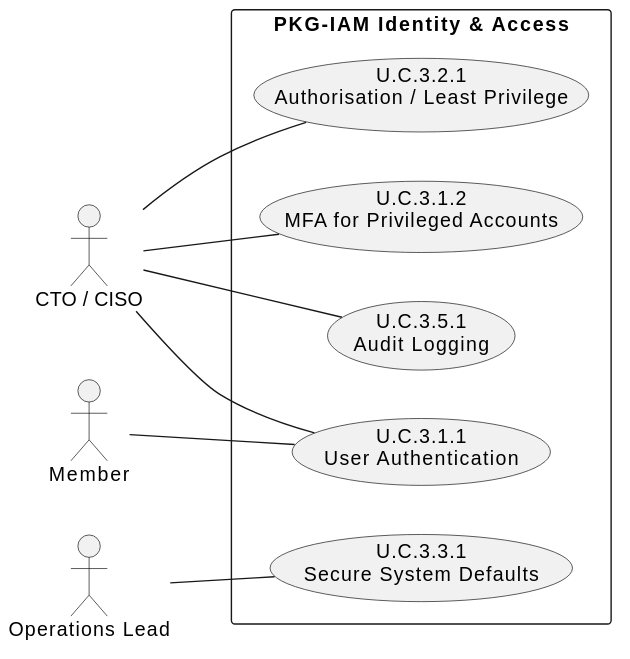
The PlantUML diagram 02_CASES/Case_01_TinyTask_SaaS/03_PHASE3_DECOMPOSITION_RICH/annexes/svg/A_s9_pkg_iam_identity_access_u_c_3.svg in pauloribeiro16/Methodology_compact, before a commit.
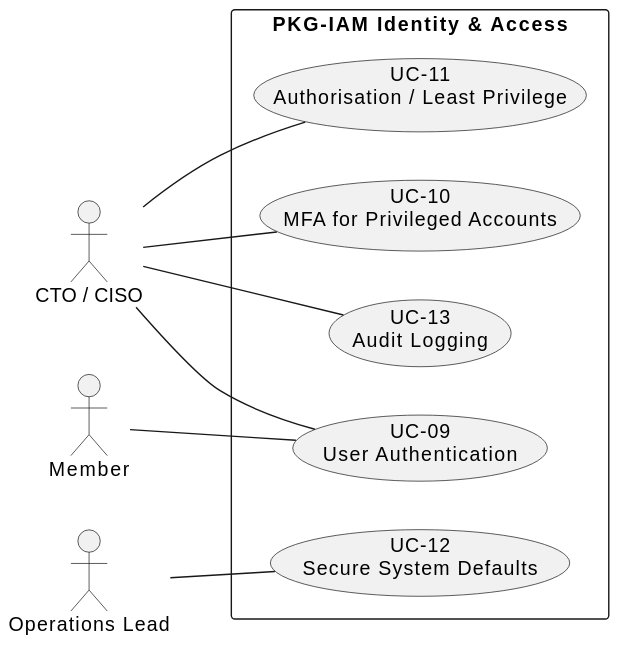
After the commit.

The edit, as a diff of the source:
```diff
@@ -4,11 +4,11 @@
 actor "Operations Lead" as OPS
 actor "Member" as MEM
 rectangle "PKG-IAM Identity & Access" {
-usecase "U.C.3.1.1\nUser Authentication" as UC311
-usecase "U.C.3.1.2\nMFA for Privileged Accounts" as UC312
-usecase "U.C.3.2.1\nAuthorisation / Least Privilege" as UC321
-usecase "U.C.3.3.1\nSecure System Defaults" as UC331
-usecase "U.C.3.5.1\nAudit Logging" as UC351
+usecase "UC-09\nUser Authentication" as UC311
+usecase "UC-10\nMFA for Privileged Accounts" as UC312
+usecase "UC-11\nAuthorisation / Least Privilege" as UC321
+usecase "UC-12\nSecure System Defaults" as UC331
+usecase "UC-13\nAudit Logging" as UC351
 }
 MEM -- UC311
 CTO -- UC311
```
